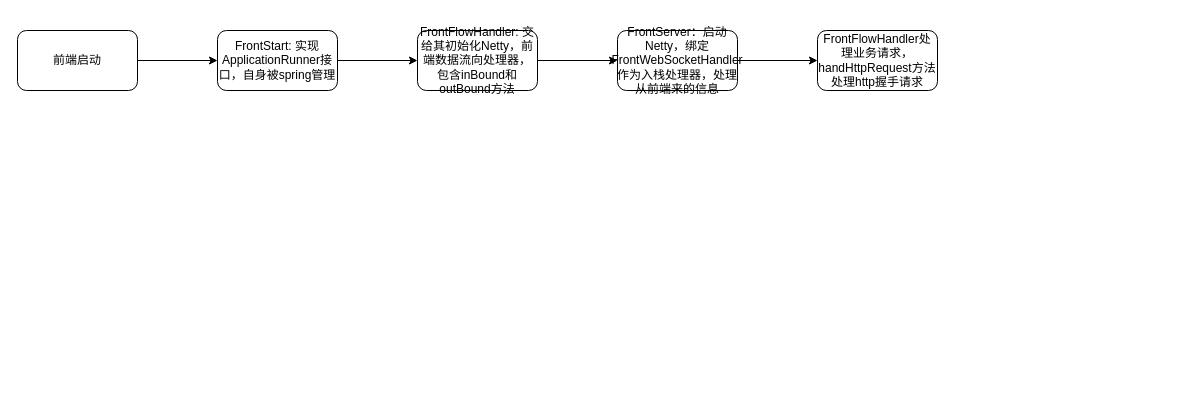
Before: javaClient.drawio in 1819011603/-, a draw.io diagram. Source tidied: cells renumbered, new cells numbered last; positions are measured from the earlier drawing's top-left corner, leaving out a move shared by most shapes. Both pictures are drawn from the tidied source at 100%, with x=0, y=0 at pixel (17, 30).
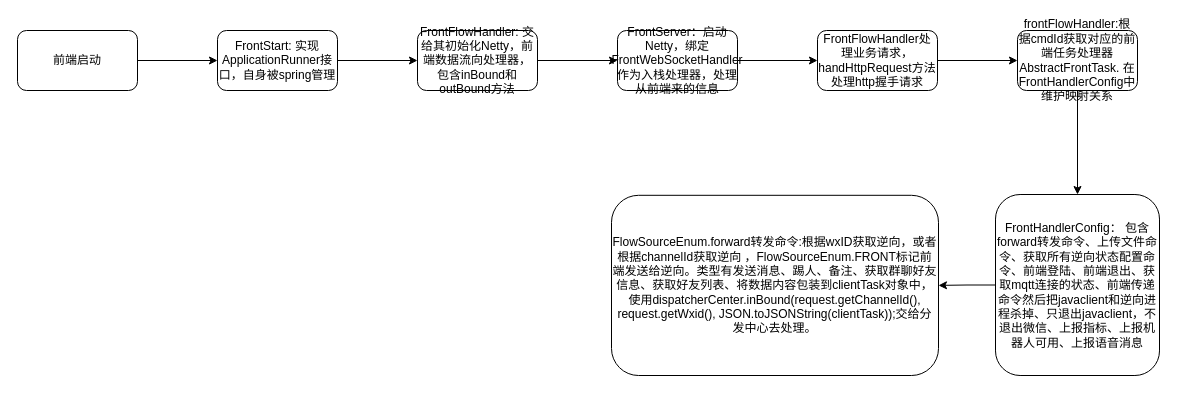
The same page after the edit.

Diff of the diagram source:
```diff
@@
 <mxGraphModel>
   <root>
     <mxCell id="0" />
     <mxCell id="1" parent="0" />
     <mxCell id="2" style="edgeStyle=orthogonalEdgeStyle;rounded=0;jettySize=auto;html=1;" parent="1" edge="1" source="3" target="5">
       <mxGeometry relative="1" as="geometry" />
     </mxCell>
     <mxCell id="3" value="前端启动" style="rounded=1;whiteSpace=wrap;html=1;" parent="1" vertex="1">
       <mxGeometry width="120" height="60" as="geometry" />
     </mxCell>
     <mxCell id="4" style="edgeStyle=orthogonalEdgeStyle;rounded=0;jettySize=auto;html=1;" parent="1" edge="1" source="5" target="7">
       <mxGeometry relative="1" as="geometry" />
     </mxCell>
     <mxCell id="5" value="FrontStart: 实现ApplicationRunner接口，自身被spring管理" style="whiteSpace=wrap;html=1;rounded=1;" parent="1" vertex="1">
       <mxGeometry x="200" width="120" height="60" as="geometry" />
     </mxCell>
     <mxCell id="6" style="edgeStyle=orthogonalEdgeStyle;rounded=0;jettySize=auto;html=1;" parent="1" edge="1" source="7" target="9">
       <mxGeometry relative="1" as="geometry" />
     </mxCell>
     <mxCell id="7" value="FrontFlowHandler: 交给其初始化Netty，前端数据流向处理器，包含inBound和outBound方法" style="whiteSpace=wrap;html=1;rounded=1;" parent="1" vertex="1">
       <mxGeometry x="400" width="120" height="60" as="geometry" />
     </mxCell>
     <mxCell id="8" style="edgeStyle=orthogonalEdgeStyle;rounded=0;jettySize=auto;html=1;" parent="1" edge="1" source="9" target="10">
       <mxGeometry relative="1" as="geometry" />
     </mxCell>
     <mxCell id="9" value="FrontServer：启动Netty，绑定FrontWebSocketHandler&lt;span style=&quot;background-color: initial;&quot;&gt;作为入栈处理器，处理从前端来的信息&lt;/span&gt;" style="whiteSpace=wrap;html=1;rounded=1;" parent="1" vertex="1">
       <mxGeometry x="600" width="120" height="60" as="geometry" />
     </mxCell>
+    <mxCell id="11" style="edgeStyle=orthogonalEdgeStyle;rounded=0;jettySize=auto;html=1;" parent="1" edge="1" source="10" target="13">
+      <mxGeometry relative="1" as="geometry" />
+    </mxCell>
     <mxCell id="10" value="FrontFlowHandler处理业务请求，handHttpRequest方法处理http握手请求" style="whiteSpace=wrap;html=1;rounded=1;" parent="1" vertex="1">
       <mxGeometry x="800" width="120" height="60" as="geometry" />
     </mxCell>
+    <mxCell id="12" style="edgeStyle=orthogonalEdgeStyle;rounded=0;jettySize=auto;html=1;" parent="1" edge="1" source="13" target="15">
+      <mxGeometry relative="1" as="geometry" />
+    </mxCell>
+    <mxCell id="13" value="frontFlowHandler:根据cmdId获取对应的前端任务处理器AbstractFrontTask. 在FrontHandlerConfig中维护映射关系" style="whiteSpace=wrap;html=1;rounded=1;" parent="1" vertex="1">
+      <mxGeometry x="1000" width="120" height="60" as="geometry" />
+    </mxCell>
+    <mxCell id="14" style="edgeStyle=orthogonalEdgeStyle;rounded=0;jettySize=auto;html=1;" parent="1" edge="1" source="15" target="16">
+      <mxGeometry relative="1" as="geometry" />
+    </mxCell>
+    <mxCell id="15" value="FrontHandlerConfig： 包含forward&lt;span style=&quot;background-color: initial;&quot;&gt;转发命令、&lt;/span&gt;&lt;span style=&quot;background-color: initial;&quot;&gt;上传文件命令、&lt;/span&gt;获取所有逆向状态配置命令、前端登陆、前端退出、获取mqtt连接的状态、前端传递命令然后把javaclient和逆向进程杀掉、只退出javaclient，不退出微信、上报指标、上报机器人可用、上报语音消息" style="whiteSpace=wrap;html=1;rounded=1;" parent="1" vertex="1">
+      <mxGeometry x="978" y="164" width="164" height="181" as="geometry" />
+    </mxCell>
+    <mxCell id="16" value="FlowSourceEnum.forward转发命令:根据wxID获取逆向，或者根据channelId获取逆向 ，FlowSourceEnum.FRONT标记前端发送给逆向。类型有发送消息、踢人、备注、获取群聊好友信息、获取好友列表、将数据内容包装到clientTask对象中，使用dispatcherCenter.inBound(request.getChannelId(), request.getWxid(), JSON.toJSONString(clientTask));交给分发中心去处理。" style="whiteSpace=wrap;html=1;rounded=1;" parent="1" vertex="1">
+      <mxGeometry x="594" y="164.8" width="327" height="180.2" as="geometry" />
+    </mxCell>
   </root>
 </mxGraphModel>
```
